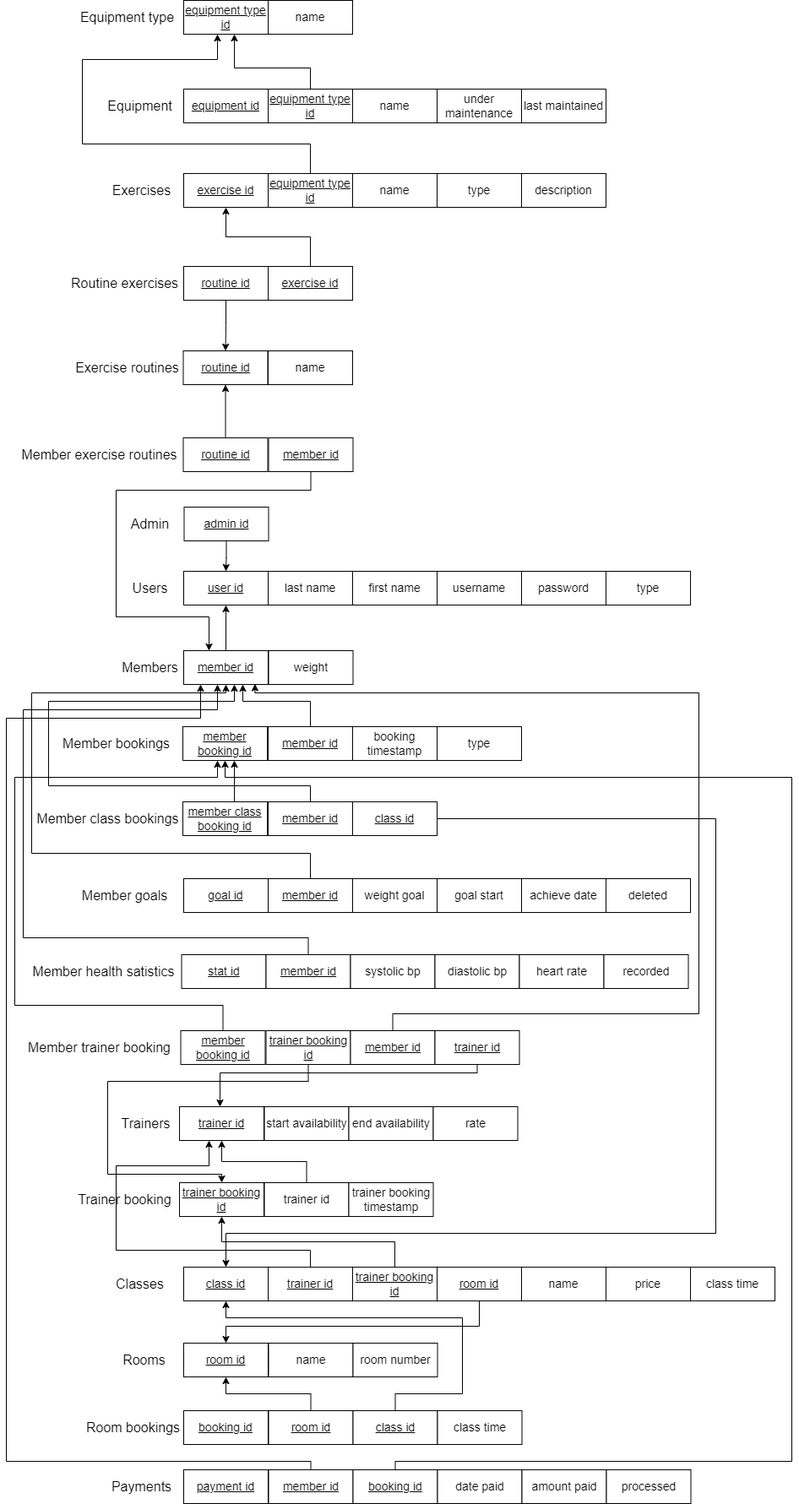
This is diagrams/Relational Database Schema.png from zamachnoi/FitnessManager, a draw.io export, as it was before one commit. Source tidied: cells renumbered, new cells last; positions are measured from the earlier drawing's top-left corner, leaving out a move shared by most shapes.
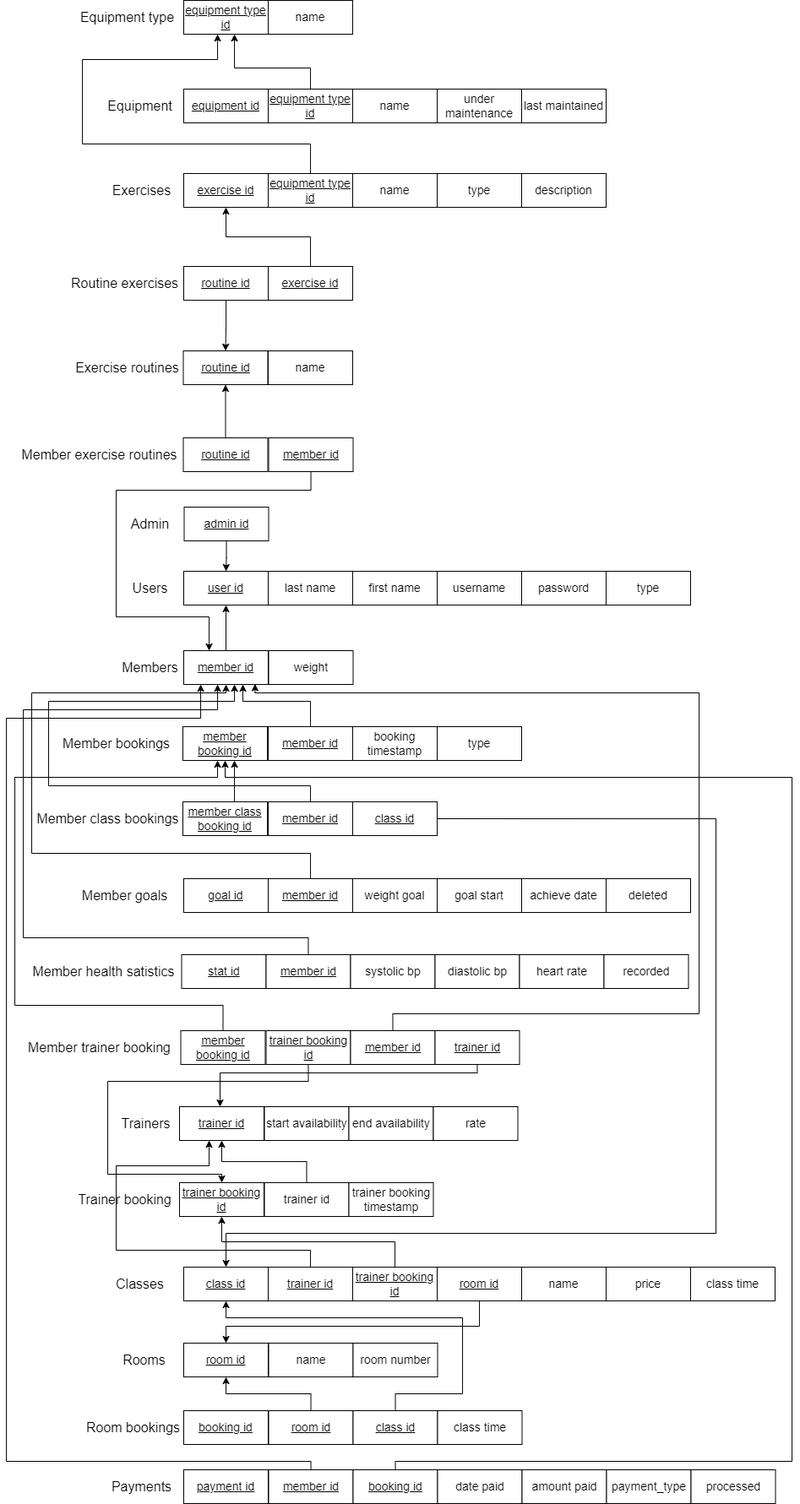
The same diagram one commit later.

Commit message:
Changed payment in schema to reflect newest change

The edit, as a diff of the source:
```diff
@@ -493,8 +493,11 @@
     <mxCell id="123" value="&lt;span style=&quot;font-size: 14px;&quot;&gt;amount paid&lt;/span&gt;" style="rounded=0;whiteSpace=wrap;html=1;" parent="1" vertex="1">
       <mxGeometry x="610.5" y="1740" width="100" height="40" as="geometry" />
     </mxCell>
-    <mxCell id="124" value="&lt;span style=&quot;font-size: 14px;&quot;&gt;processed&lt;/span&gt;" style="rounded=0;whiteSpace=wrap;html=1;" parent="1" vertex="1">
+    <mxCell id="124" value="&lt;span style=&quot;font-size: 14px;&quot;&gt;payment_type&lt;/span&gt;" style="rounded=0;whiteSpace=wrap;html=1;" parent="1" vertex="1">
       <mxGeometry x="710.5" y="1740" width="100" height="40" as="geometry" />
     </mxCell>
+    <mxCell id="125" value="&lt;span style=&quot;font-size: 14px;&quot;&gt;processed&lt;/span&gt;" style="rounded=0;whiteSpace=wrap;html=1;" parent="1" vertex="1">
+      <mxGeometry x="810.5" y="1740" width="100" height="40" as="geometry" />
+    </mxCell>
   </root>
 </mxGraphModel>
```
